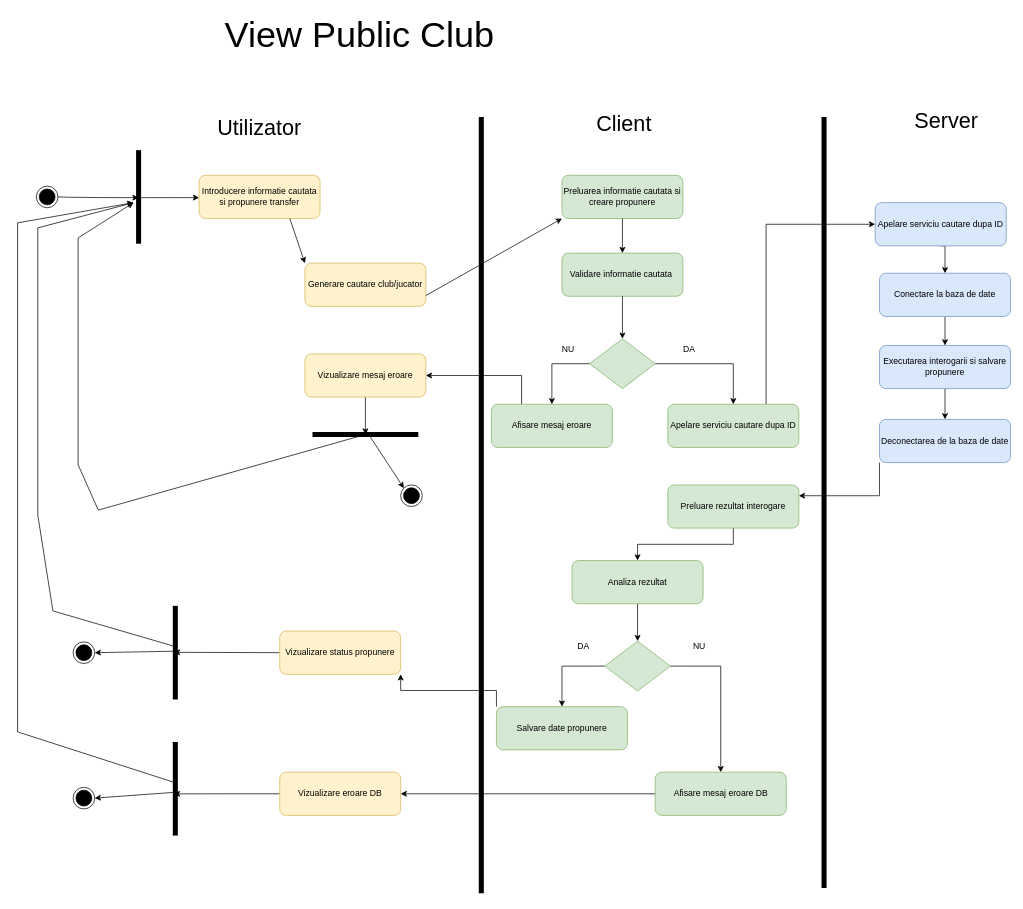
The draw.io diagram diagrams/ProposeTransferSum.drawio in CaesarHD/football-club-simulator, before the edit. Source tidied: cells renumbered, new cells numbered last; positions are measured from the earlier drawing's top-left corner, leaving out a move shared by most shapes. Both pictures are drawn from the tidied source at 72%, with x=0, y=0 at pixel (17, 23).
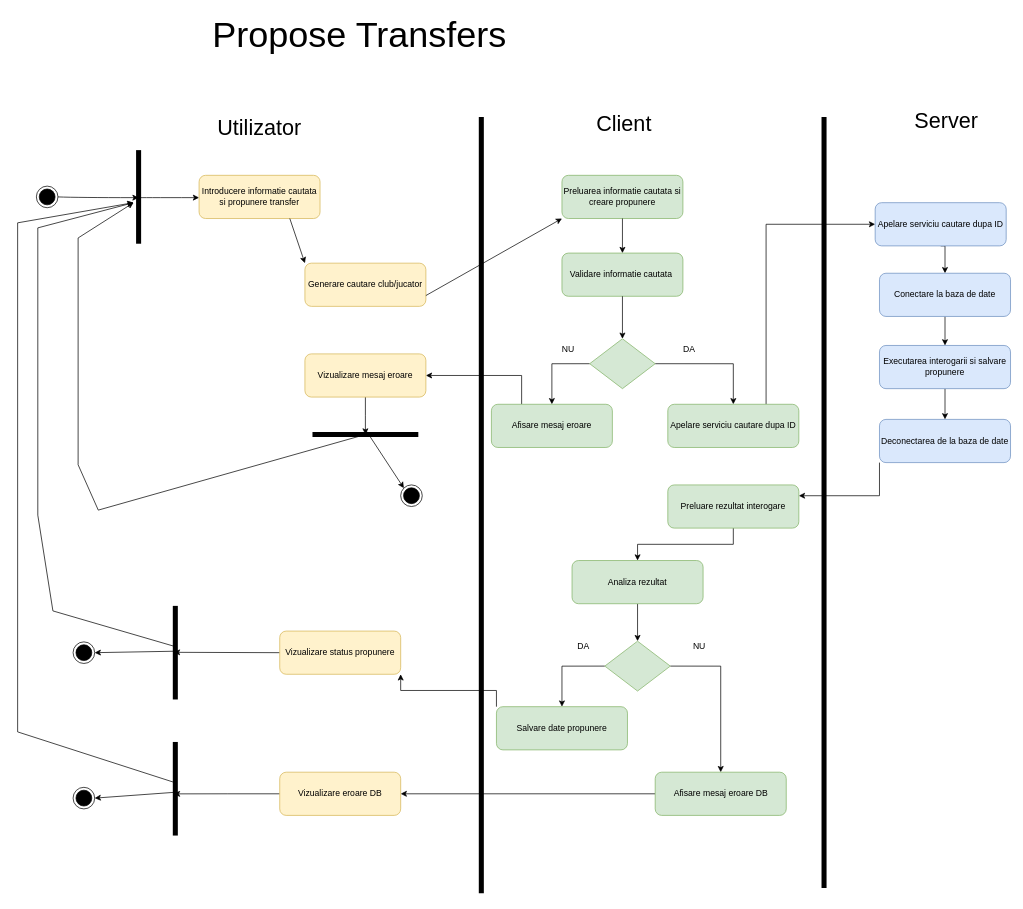
The same diagram, later.

Diff of the diagram source:
```diff
@@
-    <mxCell id="67" value="&lt;font style=&quot;font-size: 50px;&quot;&gt;View Public Club&lt;/font&gt;" style="text;html=1;whiteSpace=wrap;strokeColor=none;fillColor=none;align=center;verticalAlign=middle;rounded=0;" parent="1" vertex="1">
+    <mxCell id="67" value="&lt;font style=&quot;font-size: 50px;&quot;&gt;Propose Transfers&lt;/font&gt;" style="text;html=1;whiteSpace=wrap;strokeColor=none;fillColor=none;align=center;verticalAlign=middle;rounded=0;" parent="1" vertex="1">
       <mxGeometry x="120" width="710" height="30" as="geometry" />
     </mxCell>
```
